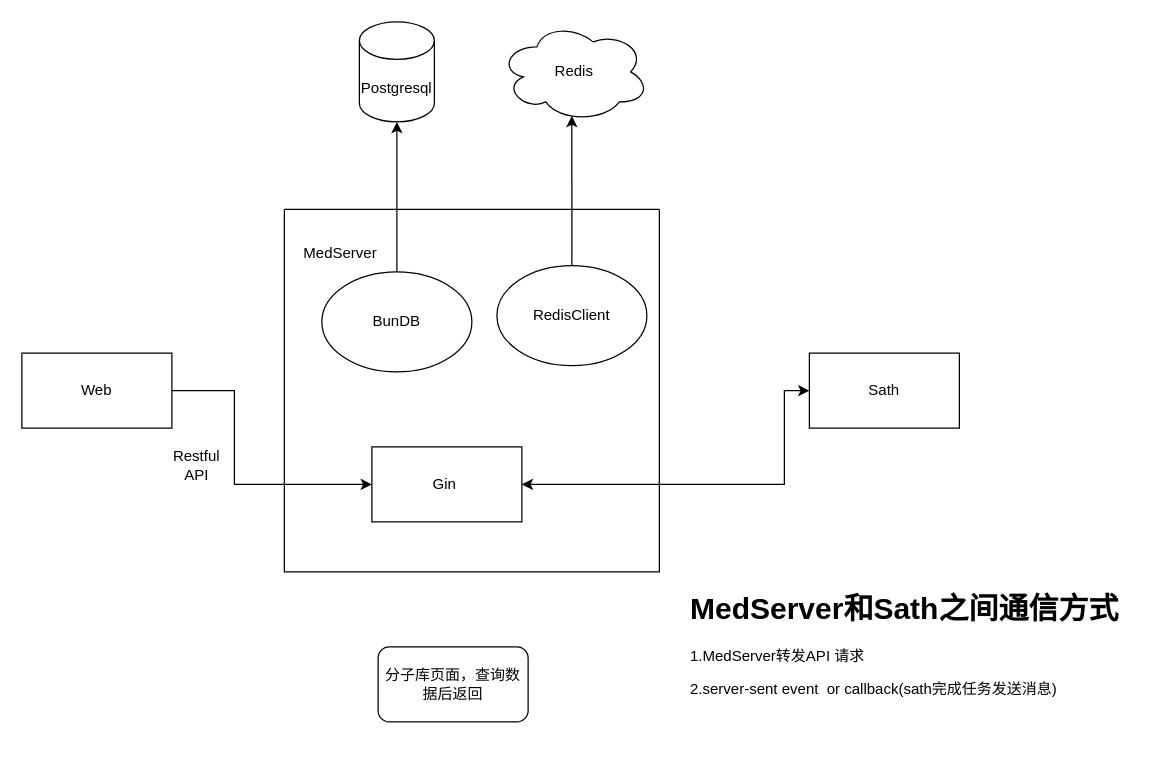
Before: Med.drawio in HelloYLee/SystemDesign, a draw.io diagram. Source tidied: cells renumbered, new cells numbered last; positions are measured from the earlier drawing's top-left corner, leaving out a move shared by most shapes. Both pictures are drawn from the tidied source at 125%, with x=0, y=0 at pixel (21, 21).
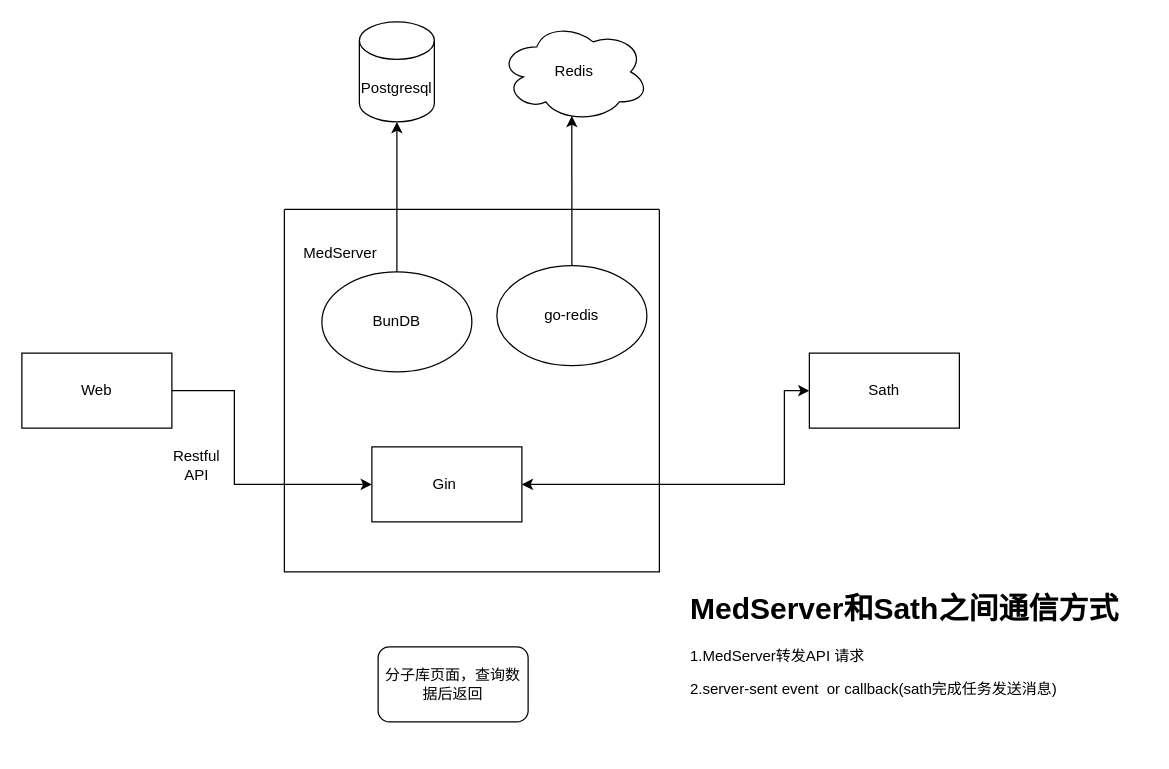
The same page after the edit.

The change refers to these unchanged cells:
```xml
<mxCell id="6" style="swimlane;startSize=0;" parent="1" vertex="1">
  <mxGeometry x="210" y="150" width="300" height="290" as="geometry" />
</mxCell>
```

The edit, as a diff of the source:
```diff
@@
-    <mxCell id="10" value="RedisClient" style="ellipse;whiteSpace=wrap;html=1;" parent="6" vertex="1">
+    <mxCell id="10" value="go-redis" style="ellipse;whiteSpace=wrap;html=1;" parent="6" vertex="1">
       <mxGeometry x="170" y="45" width="120" height="80" as="geometry" />
     </mxCell>
```
